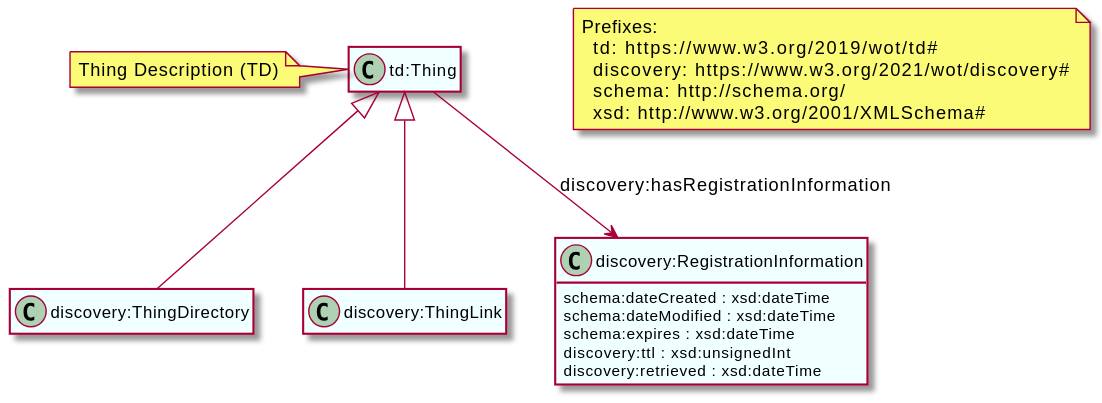
Earlier version of the PlantUML export images/discovery-class-diagram-ontology.svg (w3c/wot-discovery).
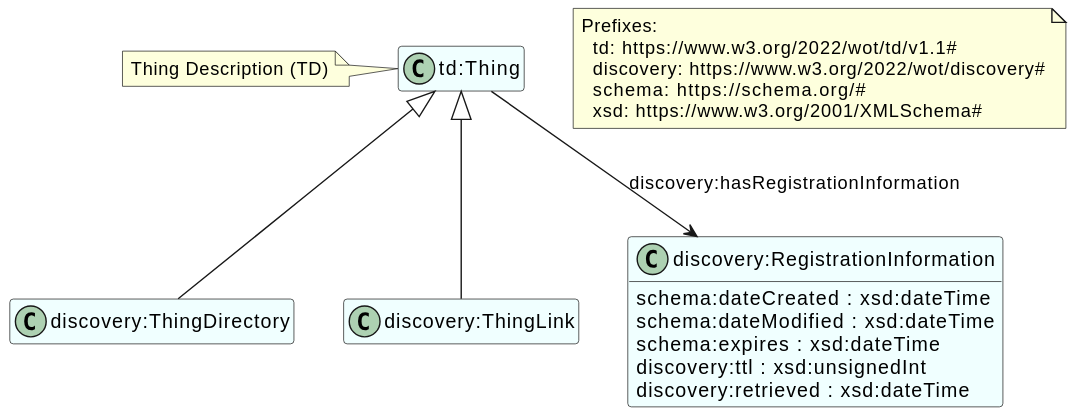
Later version of the same file.

Change to the diagram source:
```diff
@@ -1,4 +1,4 @@
-@startuml discovery-class-diagram-ontology
+@startuml
 hide members
 skinparam classBackgroundColor Azure
 
@@ -23,11 +23,10 @@
 
 note as Prefixes
 Prefixes:
-  td: https://www.w3.org/2019/wot/td#
-  discovery: https://www.w3.org/2021/wot/discovery#
-  schema: http://schema.org/
-  xsd: http://www.w3.org/2001/XMLSchema#
+  td: https://www.w3.org/2022/wot/td/v1.1#
+  discovery: https://www.w3.org/2022/wot/discovery#
+  schema: https://schema.org/#
+  xsd: https://www.w3.org/2001/XMLSchema#
 end note
 
-
 @enduml
```
